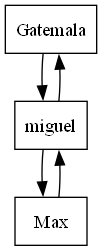
miguel-tubac/-EDD-Proyecto1_202101927 keeps this Graphviz diagram as src/Reportes/matriz.png. Above is the earlier version. Its source is kept beside it as src/Reportes/matriz.dot. Source of this version:
```dot
digraph G{
{node[shape = box, group = a];
"Max" ->
{
rank=same;
node[shape = box, group = true];
"Gatemala"
node[shape = box, group = true];
{rank=max;"miguel" ->"Max" ->"miguel" ->"Gatemala"
}
}
```
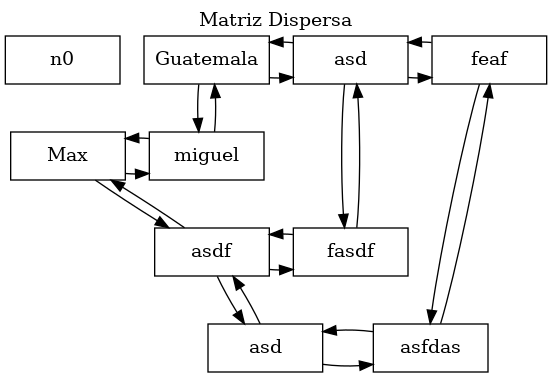
Above is the later version.

The edit, as a diff of the source:
```diff
@@ -1,11 +1,34 @@
-digraph G{
-{node[shape = box, group = a];
-"Max" ->
-{
-rank=same;
-node[shape = box, group = true];
-"Gatemala"
-node[shape = box, group = true];
-{rank=max;"miguel" ->"Max" ->"miguel" ->"Gatemala"
+digraph G {
+	label="Matriz Dispersa";
+	labelloc="t";
+	node [shape=box width=1.2 ];
+n0 -> n3 -> n0 [color=transparent];
+	n3 [label="Guatemala" group=3];
+	n3 -> n2 -> n3;
+	n2 [label = "miguel" group=2];
+	n3 -> n6 -> n3;
+	n6 [label="asd" group=6];
+	n6 -> n5 -> n6;
+	n5 [label = "fasdf" group=5];
+	n6 -> n9 -> n6;
+	n9 [label="feaf" group=9];
+	n9 -> n8 -> n9;
+	n8 [label = "asfdas" group=8];
+	n0 -> n4 -> n0 [color=transparent];
+	n4 [label="Max" group=4];
+	n4 -> n2 -> n4;
+	n2 [label="miguel" group=2];
+	n4 -> n7 -> n4;
+	n7 [label="asdf" group=7];
+	n7 -> n5 -> n7;
+	n5 [label="fasdf" group=5];
+	n7 -> n10 -> n7;
+	n10 [label="asd" group=10];
+	n10 -> n8 -> n10;
+	n8 [label="asfdas" group=8];
+	{ rank=same; n0; n3; n6; n9; }
+	{ rank=same; n4; n2; }
+	{ rank=same; n7; n5; }
+	{ rank=same; n10; n8; }
+
 }
-}
```
